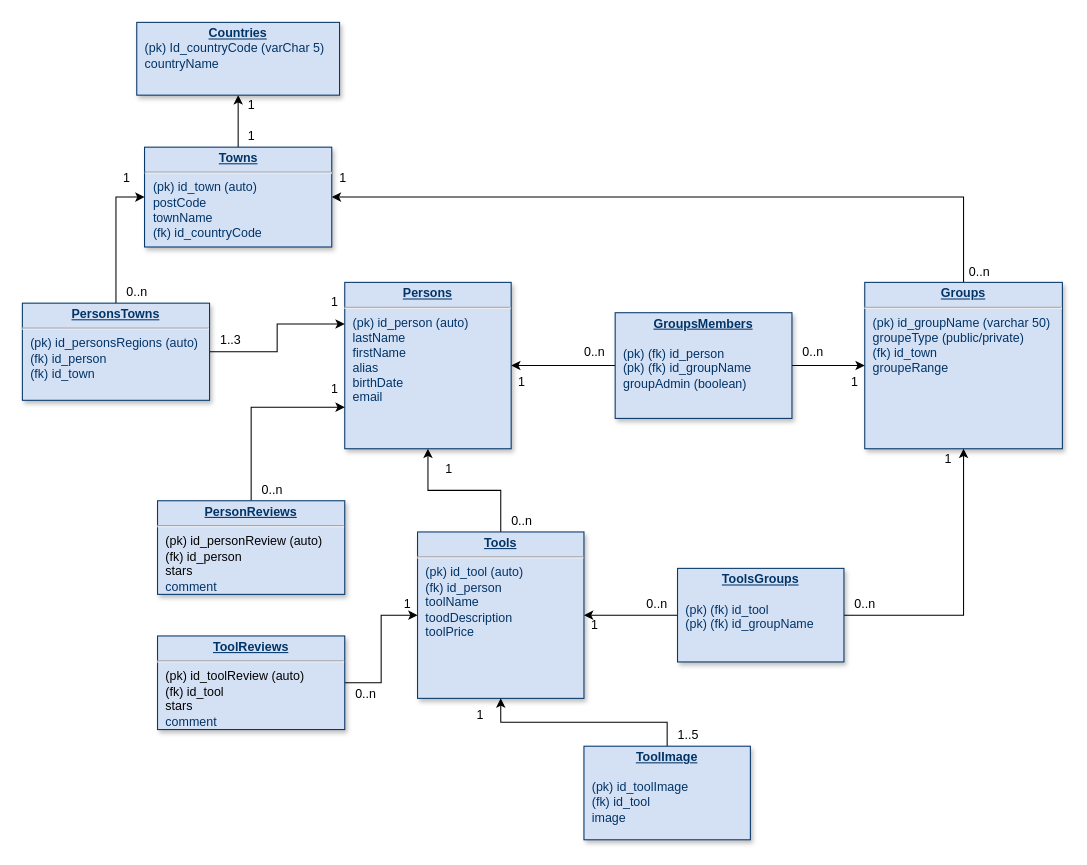
Before: toolbox_website/DB/docs/db_schematic.drawio in Altiimax/DevWebProject, a draw.io diagram. Source tidied: cells renumbered, new cells numbered last; positions are measured from the earlier drawing's top-left corner, leaving out a move shared by most shapes. Both pictures are drawn from the tidied source at 104%, with x=0, y=0 at pixel (22, 22).
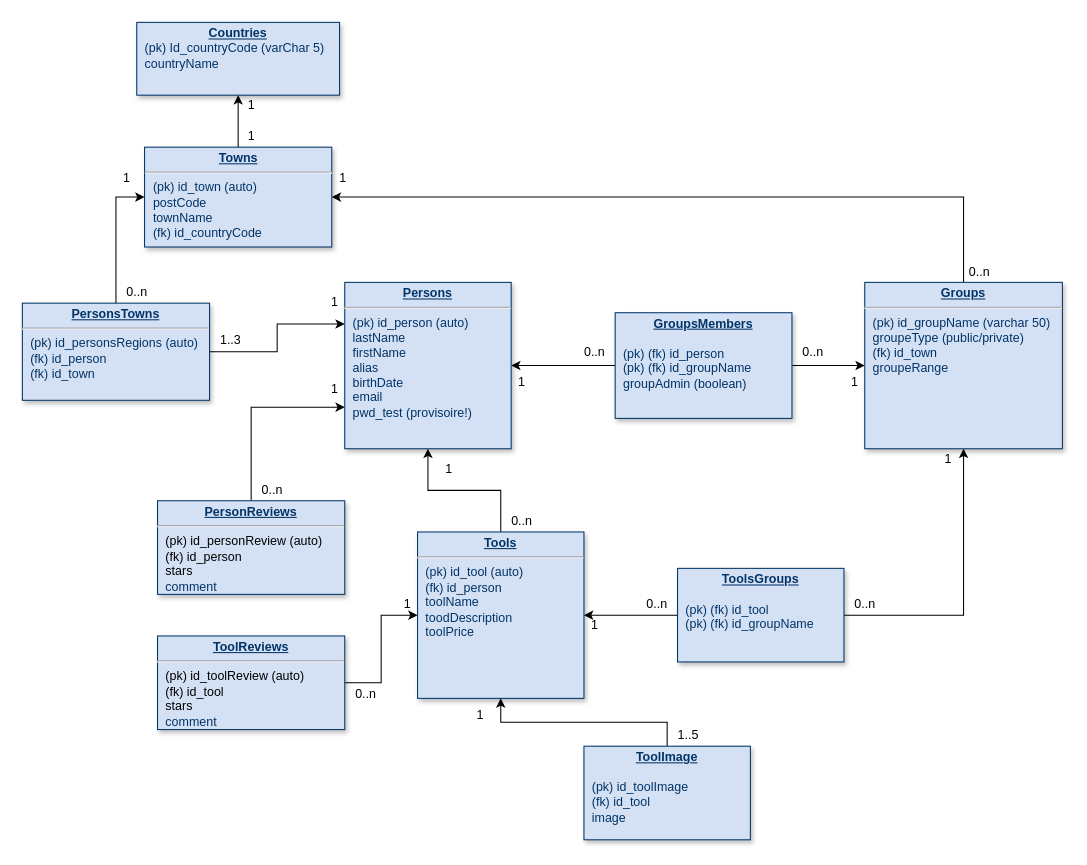
The same diagram, later.

Commit message (it also covers changes not shown here):
added temporary pwd auth to persons

Change to the diagram source:
```diff
@@
-    <mxCell id="4" value="&lt;p style=&quot;margin: 0px ; margin-top: 4px ; text-align: center ; text-decoration: underline&quot;&gt;&lt;strong&gt;Persons&lt;/strong&gt;&lt;/p&gt;&lt;hr&gt;&lt;p style=&quot;margin: 0px ; margin-left: 8px&quot;&gt;&lt;span&gt;(pk) id_person (auto)&lt;/span&gt;&lt;/p&gt;&lt;p style=&quot;margin: 0px ; margin-left: 8px&quot;&gt;&lt;span&gt;lastName&lt;/span&gt;&lt;br&gt;&lt;/p&gt;&lt;p style=&quot;margin: 0px ; margin-left: 8px&quot;&gt;&lt;span&gt;firstName&amp;nbsp;&lt;/span&gt;&lt;/p&gt;&lt;p style=&quot;margin: 0px ; margin-left: 8px&quot;&gt;&lt;span&gt;alias&amp;nbsp;&lt;/span&gt;&lt;/p&gt;&lt;p style=&quot;margin: 0px ; margin-left: 8px&quot;&gt;birthDate&amp;nbsp;&lt;/p&gt;&lt;p style=&quot;margin: 0px ; margin-left: 8px&quot;&gt;e&lt;span&gt;mail&lt;/span&gt;&lt;/p&gt;&lt;p style=&quot;margin: 0px ; margin-left: 8px&quot;&gt;&lt;br&gt;&lt;/p&gt;&lt;p style=&quot;margin: 0px ; margin-left: 8px&quot;&gt;&lt;br&gt;&lt;/p&gt;" style="verticalAlign=top;align=left;overflow=fill;fontSize=12;fontFamily=Helvetica;html=1;strokeColor=#003366;shadow=1;fillColor=#D4E1F5;fontColor=#003366;" parent="1" vertex="1">
+    <mxCell id="4" value="&lt;p style=&quot;margin: 0px ; margin-top: 4px ; text-align: center ; text-decoration: underline&quot;&gt;&lt;strong&gt;Persons&lt;/strong&gt;&lt;/p&gt;&lt;hr&gt;&lt;p style=&quot;margin: 0px ; margin-left: 8px&quot;&gt;&lt;span&gt;(pk) id_person (auto)&lt;/span&gt;&lt;/p&gt;&lt;p style=&quot;margin: 0px ; margin-left: 8px&quot;&gt;&lt;span&gt;lastName&lt;/span&gt;&lt;br&gt;&lt;/p&gt;&lt;p style=&quot;margin: 0px ; margin-left: 8px&quot;&gt;&lt;span&gt;firstName&amp;nbsp;&lt;/span&gt;&lt;/p&gt;&lt;p style=&quot;margin: 0px ; margin-left: 8px&quot;&gt;&lt;span&gt;alias&amp;nbsp;&lt;/span&gt;&lt;/p&gt;&lt;p style=&quot;margin: 0px ; margin-left: 8px&quot;&gt;birthDate&amp;nbsp;&lt;/p&gt;&lt;p style=&quot;margin: 0px ; margin-left: 8px&quot;&gt;e&lt;span&gt;mail&lt;/span&gt;&lt;/p&gt;&lt;p style=&quot;margin: 0px ; margin-left: 8px&quot;&gt;pwd_test (provisoire!)&lt;/p&gt;&lt;p style=&quot;margin: 0px ; margin-left: 8px&quot;&gt;&lt;br&gt;&lt;/p&gt;" style="verticalAlign=top;align=left;overflow=fill;fontSize=12;fontFamily=Helvetica;html=1;strokeColor=#003366;shadow=1;fillColor=#D4E1F5;fontColor=#003366;" parent="1" vertex="1">
       <mxGeometry x="310" y="250" width="160" height="160" as="geometry" />
     </mxCell>
```
